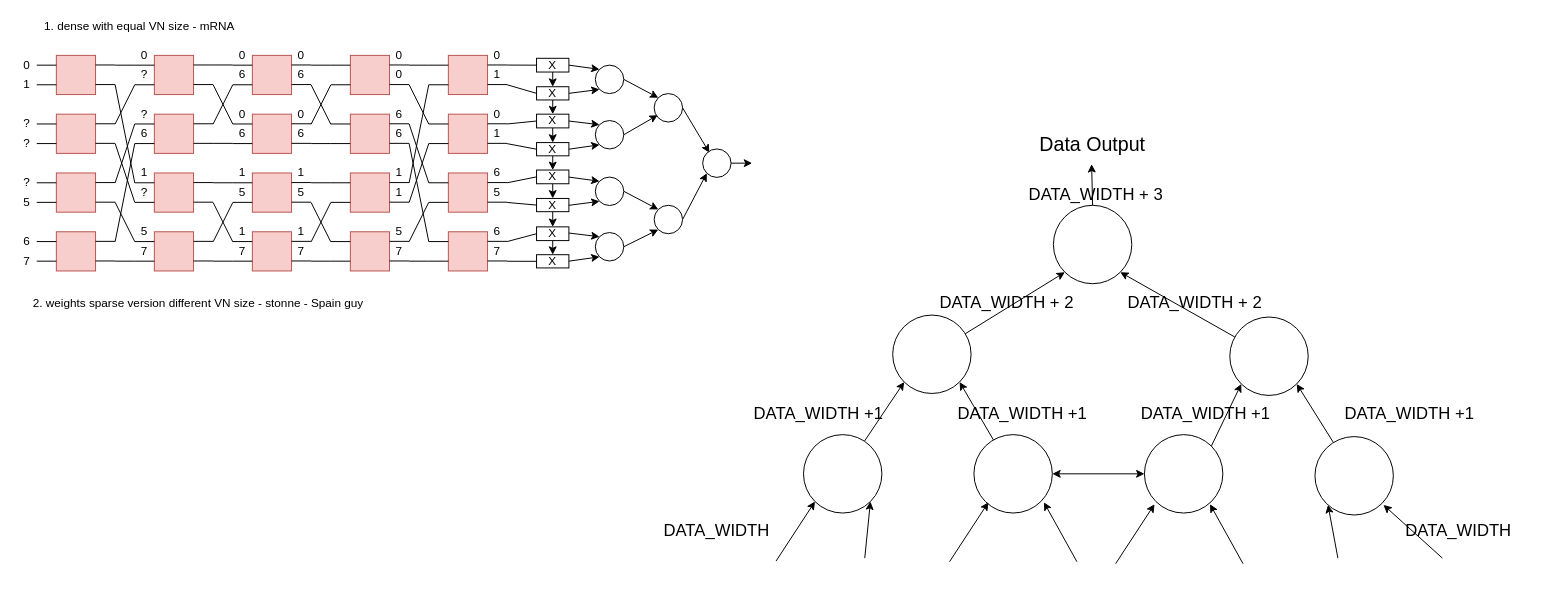
Above: page "MAERI_integration" (11 of 11) of presentation/diagram/BENES_controller_scratch.drawio in georgia-tech-synergy-lab/AcceleratorNoC (draw.io), before the change. Source tidied: cells renumbered, new cells numbered last; positions are measured from the earlier drawing's top-left corner, leaving out a move shared by most shapes. Both pictures are drawn from the tidied source at 98%, with x=0, y=0 at pixel (17, 17).
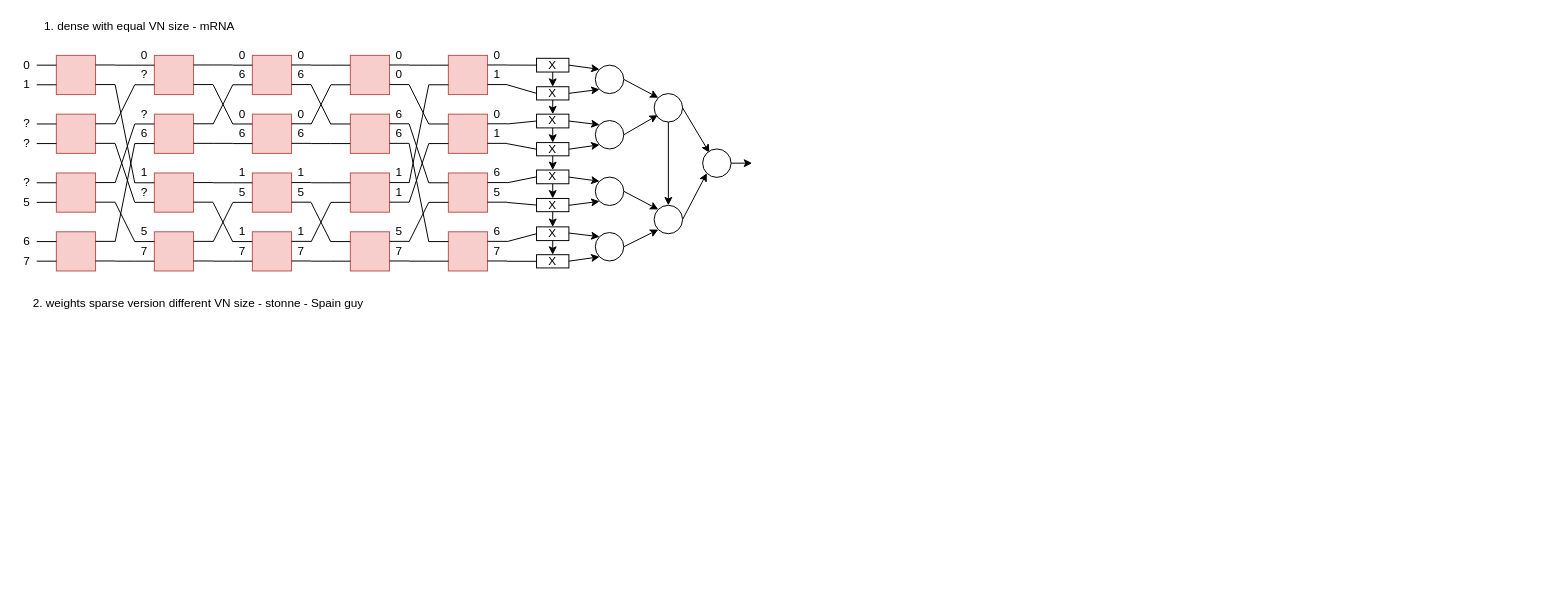
The same page after the edit.

The change refers to these unchanged cells:
```xml
<mxCell id="257" style="ellipse;whiteSpace=wrap;html=1;" parent="1" vertex="1">
  <mxGeometry x="650" y="78" width="29" height="29" as="geometry" />
</mxCell>
<mxCell id="259" style="ellipse;whiteSpace=wrap;html=1;" parent="1" vertex="1">
  <mxGeometry x="650" y="192" width="29" height="29" as="geometry" />
</mxCell>
```

What changed in the source:
```diff
@@
-    <mxCell id="207" style="rounded=0;jettySize=auto;html=1;exitX=0;exitY=1;exitDx=0;exitDy=0;fontSize=17;startArrow=classic;startFill=1;endArrow=none;endFill=0;" parent="1" edge="1" source="209" target="212">
-      <mxGeometry relative="1" as="geometry" />
-    </mxCell>
-    <mxCell id="208" style="rounded=0;jettySize=auto;html=1;exitX=1;exitY=1;exitDx=0;exitDy=0;fontSize=17;startArrow=classic;startFill=1;endArrow=none;endFill=0;" parent="1" edge="1" source="209" target="215">
-      <mxGeometry relative="1" as="geometry" />
-    </mxCell>
-    <mxCell id="209" style="ellipse;whiteSpace=wrap;html=1;fontSize=17;" parent="1" vertex="1">
-      <mxGeometry x="1057.4" y="192" width="80" height="80" as="geometry" />
-    </mxCell>
-    <mxCell id="210" style="rounded=0;jettySize=auto;html=1;exitX=0;exitY=1;exitDx=0;exitDy=0;fontSize=17;startArrow=classic;startFill=1;endArrow=none;endFill=0;" parent="1" edge="1" source="212" target="216">
-      <mxGeometry relative="1" as="geometry" />
-    </mxCell>
-    <mxCell id="211" style="rounded=0;jettySize=auto;html=1;exitX=1;exitY=1;exitDx=0;exitDy=0;fontSize=17;startArrow=classic;startFill=1;endArrow=none;endFill=0;" parent="1" edge="1" source="212" target="218">
-      <mxGeometry relative="1" as="geometry" />
-    </mxCell>
-    <mxCell id="212" style="ellipse;whiteSpace=wrap;html=1;fontSize=17;" parent="1" vertex="1">
-      <mxGeometry x="893.4" y="304" width="80" height="80" as="geometry" />
-    </mxCell>
-    <mxCell id="213" style="rounded=0;jettySize=auto;html=1;exitX=0;exitY=1;exitDx=0;exitDy=0;entryX=1;entryY=0;entryDx=0;entryDy=0;fontSize=17;startArrow=classic;startFill=1;endArrow=none;endFill=0;" parent="1" edge="1" source="215" target="219">
-      <mxGeometry relative="1" as="geometry" />
-    </mxCell>
-    <mxCell id="214" style="rounded=0;jettySize=auto;html=1;exitX=1;exitY=1;exitDx=0;exitDy=0;fontSize=17;startArrow=classic;startFill=1;endArrow=none;endFill=0;" parent="1" edge="1" source="215" target="220">
-      <mxGeometry relative="1" as="geometry" />
-    </mxCell>
-    <mxCell id="215" style="ellipse;whiteSpace=wrap;html=1;fontSize=17;" parent="1" vertex="1">
-      <mxGeometry x="1237.4" y="306" width="80" height="80" as="geometry" />
-    </mxCell>
-    <mxCell id="216" style="ellipse;whiteSpace=wrap;html=1;" parent="1" vertex="1">
-      <mxGeometry x="802.4" y="426" width="80" height="80" as="geometry" />
-    </mxCell>
-    <mxCell id="217" style="edgeStyle=none;rounded=0;jettySize=auto;html=1;exitX=1;exitY=0.5;exitDx=0;exitDy=0;entryX=0;entryY=0.5;entryDx=0;entryDy=0;startArrow=classic;startFill=1;endArrow=classic;endFill=1;strokeColor=#000000;fontSize=20;" parent="1" edge="1" source="218" target="219">
-      <mxGeometry relative="1" as="geometry" />
-    </mxCell>
-    <mxCell id="218" style="ellipse;whiteSpace=wrap;html=1;" parent="1" vertex="1">
-      <mxGeometry x="976.3" y="426" width="80" height="80" as="geometry" />
-    </mxCell>
-    <mxCell id="219" style="ellipse;whiteSpace=wrap;html=1;" parent="1" vertex="1">
-      <mxGeometry x="1150.3" y="426" width="80" height="80" as="geometry" />
-    </mxCell>
-    <mxCell id="220" style="ellipse;whiteSpace=wrap;html=1;" parent="1" vertex="1">
-      <mxGeometry x="1324.3" y="428" width="80" height="80" as="geometry" />
-    </mxCell>
-    <mxCell id="221" style="endArrow=none;html=1;entryX=0.5;entryY=0;entryDx=0;entryDy=0;fontSize=17;endFill=0;startArrow=classic;startFill=1;" parent="1" edge="1" target="209">
-      <mxGeometry relative="1" as="geometry">
-        <mxPoint x="1096.4" y="150" as="sourcePoint" />
-      </mxGeometry>
-    </mxCell>
-    <mxCell id="222" value="Data Output" style="text;html=1;strokeColor=none;fillColor=none;align=center;verticalAlign=middle;whiteSpace=wrap;rounded=0;fontSize=20;" parent="1" vertex="1">
-      <mxGeometry x="990.4" y="119" width="215.2" height="20" as="geometry" />
-    </mxCell>
-    <mxCell id="223" value="DATA_WIDTH +1" style="text;html=1;strokeColor=none;fillColor=none;align=center;verticalAlign=middle;whiteSpace=wrap;rounded=0;fontSize=17;" parent="1" vertex="1">
-      <mxGeometry x="734.4" y="396" width="167.9" height="20" as="geometry" />
-    </mxCell>
-    <mxCell id="224" value="DATA_WIDTH + 2" style="text;html=1;strokeColor=none;fillColor=none;align=center;verticalAlign=middle;whiteSpace=wrap;rounded=0;fontSize=17;" parent="1" vertex="1">
-      <mxGeometry x="932.7" y="282" width="154" height="20" as="geometry" />
-    </mxCell>
-    <mxCell id="225" value="DATA_WIDTH + 2" style="text;html=1;strokeColor=none;fillColor=none;align=center;verticalAlign=middle;whiteSpace=wrap;rounded=0;fontSize=17;" parent="1" vertex="1">
-      <mxGeometry x="1125.4" y="282" width="154" height="20" as="geometry" />
-    </mxCell>
-    <mxCell id="226" value="DATA_WIDTH + 3" style="text;html=1;strokeColor=none;fillColor=none;align=center;verticalAlign=middle;whiteSpace=wrap;rounded=0;fontSize=17;" parent="1" vertex="1">
-      <mxGeometry x="1024.4" y="172" width="154" height="20" as="geometry" />
-    </mxCell>
-    <mxCell id="227" value="DATA_WIDTH +1" style="text;html=1;strokeColor=none;fillColor=none;align=center;verticalAlign=middle;whiteSpace=wrap;rounded=0;fontSize=17;" parent="1" vertex="1">
-      <mxGeometry x="942.4" y="396" width="167.9" height="20" as="geometry" />
-    </mxCell>
-    <mxCell id="228" value="DATA_WIDTH +1" style="text;html=1;strokeColor=none;fillColor=none;align=center;verticalAlign=middle;whiteSpace=wrap;rounded=0;fontSize=17;" parent="1" vertex="1">
-      <mxGeometry x="1129.4" y="396" width="167.9" height="20" as="geometry" />
-    </mxCell>
-    <mxCell id="229" value="DATA_WIDTH +1" style="text;html=1;strokeColor=none;fillColor=none;align=center;verticalAlign=middle;whiteSpace=wrap;rounded=0;fontSize=17;" parent="1" vertex="1">
-      <mxGeometry x="1337.4" y="396" width="167.9" height="20" as="geometry" />
-    </mxCell>
-    <mxCell id="230" style="rounded=0;jettySize=auto;html=1;exitX=0;exitY=1;exitDx=0;exitDy=0;fontSize=17;startArrow=classic;startFill=1;endArrow=none;endFill=0;" parent="1" edge="1" source="216">
-      <mxGeometry relative="1" as="geometry">
-        <mxPoint x="774.4" y="555" as="targetPoint" />
-      </mxGeometry>
-    </mxCell>
-    <mxCell id="231" style="rounded=0;jettySize=auto;html=1;exitX=1;exitY=1;exitDx=0;exitDy=0;fontSize=17;startArrow=classic;startFill=1;endArrow=none;endFill=0;entryX=0.5;entryY=0;entryDx=0;entryDy=0;" parent="1" edge="1" source="216">
-      <mxGeometry relative="1" as="geometry">
-        <mxPoint x="864.9" y="552" as="targetPoint" />
-      </mxGeometry>
-    </mxCell>
-    <mxCell id="232" style="rounded=0;orthogonalLoop=1;jettySize=auto;html=1;exitX=0;exitY=1;exitDx=0;exitDy=0;fontSize=17;startArrow=classic;startFill=1;endArrow=none;endFill=0;" parent="1" edge="1">
-      <mxGeometry relative="1" as="geometry">
-        <mxPoint x="991.1" y="495" as="sourcePoint" />
-        <mxPoint x="951.4" y="555.7" as="targetPoint" />
-      </mxGeometry>
-    </mxCell>
-    <mxCell id="233" style="rounded=0;orthogonalLoop=1;jettySize=auto;html=1;exitX=1;exitY=1;exitDx=0;exitDy=0;fontSize=17;startArrow=classic;startFill=1;endArrow=none;endFill=0;" parent="1" edge="1">
-      <mxGeometry relative="1" as="geometry">
-        <mxPoint x="1047.7" y="495" as="sourcePoint" />
-        <mxPoint x="1081.4" y="555.7" as="targetPoint" />
-      </mxGeometry>
-    </mxCell>
-    <mxCell id="234" style="rounded=0;orthogonalLoop=1;jettySize=auto;html=1;exitX=0;exitY=1;exitDx=0;exitDy=0;fontSize=17;startArrow=classic;startFill=1;endArrow=none;endFill=0;" parent="1" edge="1">
-      <mxGeometry relative="1" as="geometry">
-        <mxPoint x="1160.6" y="497" as="sourcePoint" />
-        <mxPoint x="1120.9" y="557.7" as="targetPoint" />
-      </mxGeometry>
-    </mxCell>
-    <mxCell id="235" style="rounded=0;orthogonalLoop=1;jettySize=auto;html=1;exitX=1;exitY=1;exitDx=0;exitDy=0;fontSize=17;startArrow=classic;startFill=1;endArrow=none;endFill=0;" parent="1" edge="1">
-      <mxGeometry relative="1" as="geometry">
-        <mxPoint x="1217.2" y="497" as="sourcePoint" />
-        <mxPoint x="1250.9" y="557.7" as="targetPoint" />
-      </mxGeometry>
-    </mxCell>
-    <mxCell id="236" style="rounded=0;orthogonalLoop=1;jettySize=auto;html=1;exitX=0;exitY=1;exitDx=0;exitDy=0;fontSize=17;startArrow=classic;startFill=1;endArrow=none;endFill=0;entryX=0.25;entryY=0;entryDx=0;entryDy=0;" parent="1" edge="1">
-      <mxGeometry relative="1" as="geometry">
-        <mxPoint x="1337.6" y="497.7" as="sourcePoint" />
-        <mxPoint x="1347.7" y="552" as="targetPoint" />
-      </mxGeometry>
-    </mxCell>
-    <mxCell id="237" style="rounded=0;orthogonalLoop=1;jettySize=auto;html=1;exitX=1;exitY=1;exitDx=0;exitDy=0;fontSize=17;startArrow=classic;startFill=1;endArrow=none;endFill=0;entryX=0.25;entryY=0;entryDx=0;entryDy=0;" parent="1" edge="1">
-      <mxGeometry relative="1" as="geometry">
-        <mxPoint x="1394.2" y="497.7" as="sourcePoint" />
-        <mxPoint x="1454.3" y="552" as="targetPoint" />
-      </mxGeometry>
-    </mxCell>
-    <mxCell id="238" value="DATA_WIDTH" style="text;html=1;strokeColor=none;fillColor=none;align=center;verticalAlign=middle;whiteSpace=wrap;rounded=0;fontSize=17;" parent="1" vertex="1">
-      <mxGeometry x="630" y="515" width="167.9" height="20" as="geometry" />
-    </mxCell>
-    <mxCell id="239" value="DATA_WIDTH" style="text;html=1;strokeColor=none;fillColor=none;align=center;verticalAlign=middle;whiteSpace=wrap;rounded=0;fontSize=17;" parent="1" vertex="1">
-      <mxGeometry x="1386.7" y="515" width="167.9" height="20" as="geometry" />
-    </mxCell>
@@
+    <mxCell id="262" style="edgeStyle=orthogonalEdgeStyle;rounded=0;jettySize=auto;html=1;exitX=0.5;exitY=1;exitDx=0;exitDy=0;entryX=0.5;entryY=0;entryDx=0;entryDy=0;" parent="1" edge="1" source="257" target="259">
+      <mxGeometry relative="1" as="geometry" />
+    </mxCell>
```
